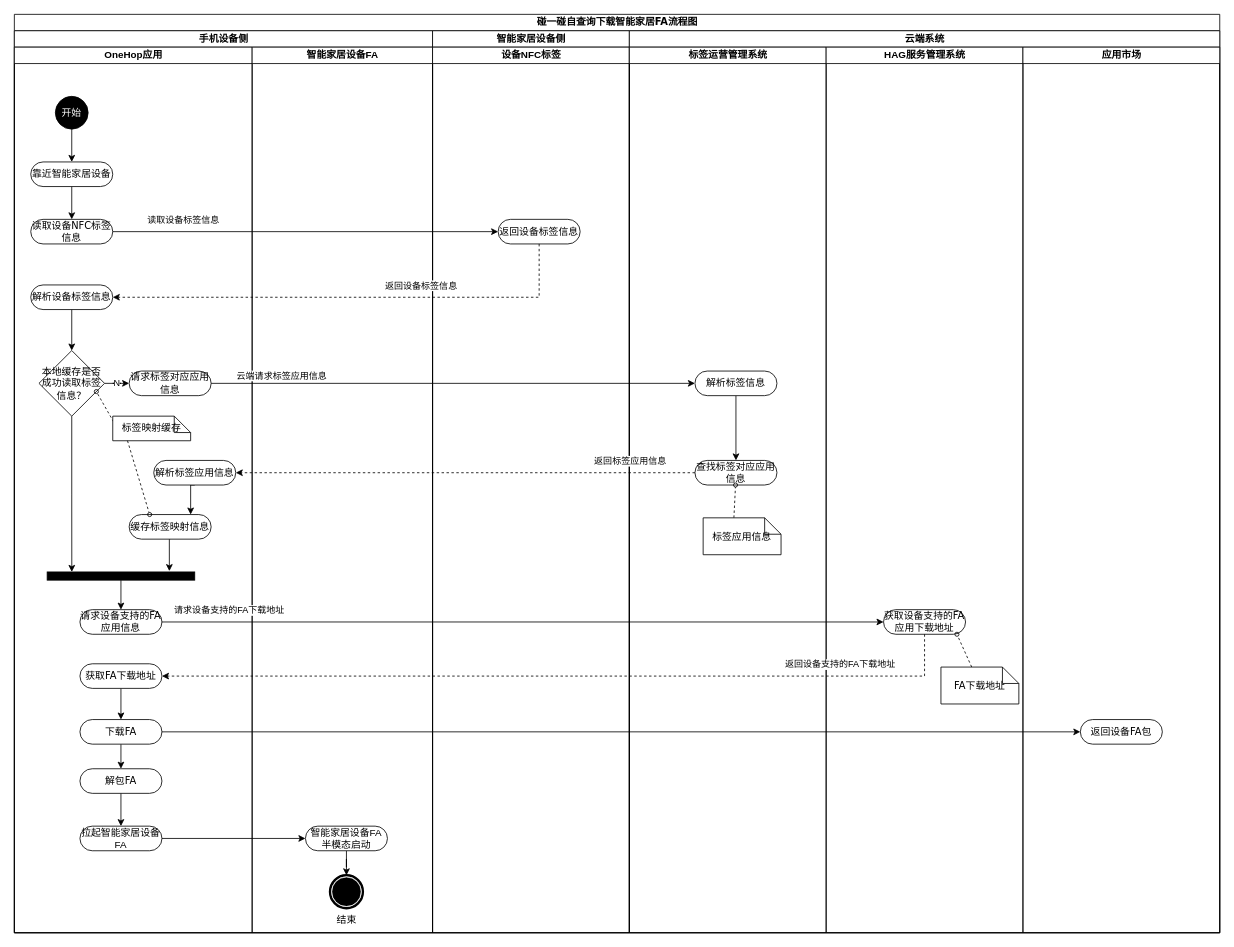
befairyliu/draw.io keeps this draw.io diagram as draw/智能家居配网碰一碰拉起FA流程.drawio. Above is the earlier version. Source tidied: cells renumbered, new cells numbered last; positions are measured from the earlier drawing's top-left corner, leaving out a move shared by most shapes. Both pictures are drawn from the tidied source at 82%, with x=0, y=0 at pixel (14, 14).
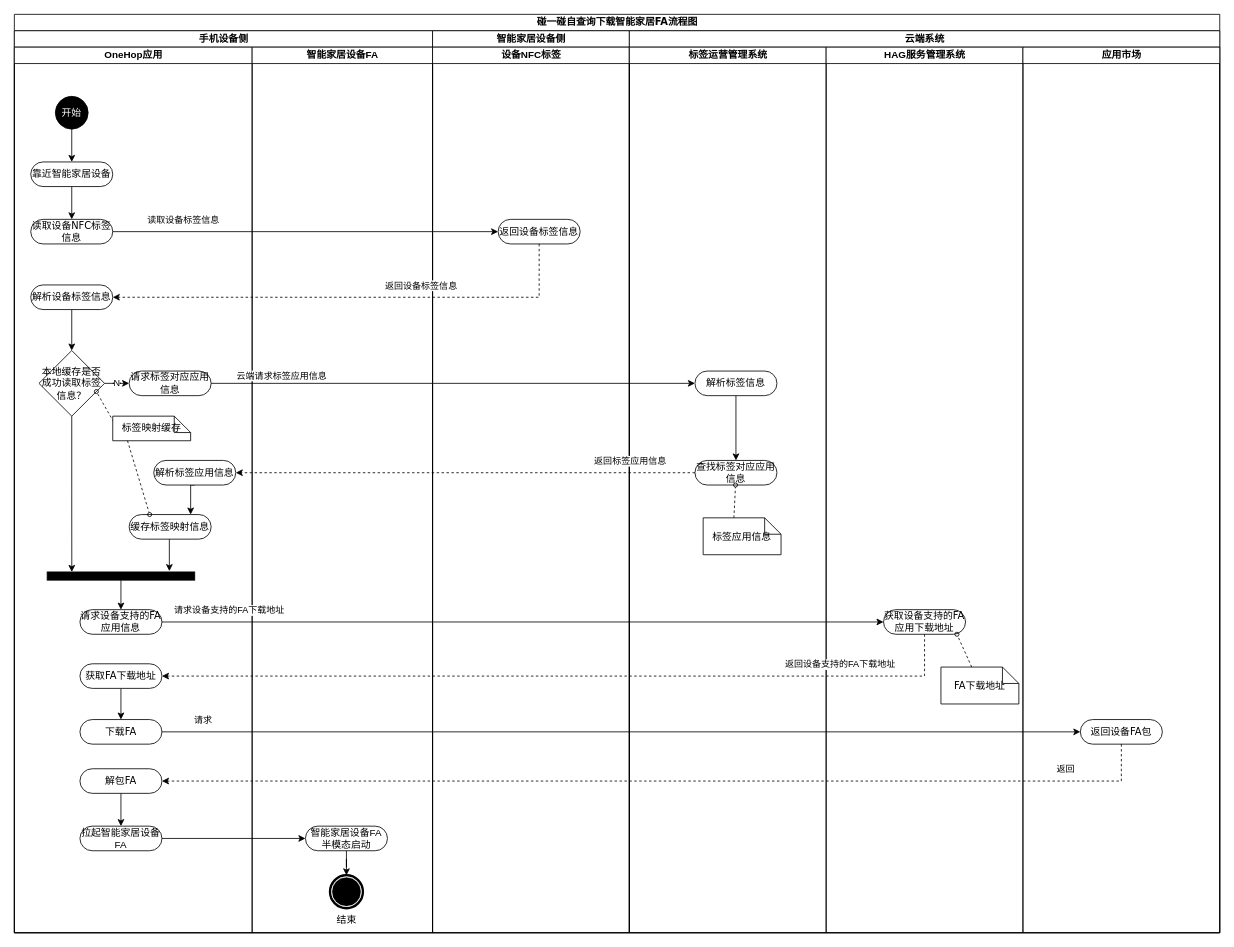
The same diagram, later.

Commit message:
Update 智能家居配网碰一碰拉起FA流程.drawio

Unchanged cells that the change refers to:
```xml
<mxCell id="2" value="碰一碰自查询下载智能家居FA流程图" style="swimlane;html=1;startSize=20;rounded=0;shadow=0;comic=0;labelBackgroundColor=none;strokeWidth=1;fontFamily=Verdana;fontSize=12;align=center;" parent="1" vertex="1">
  <mxGeometry width="1470" height="1120" as="geometry" />
</mxCell>
<mxCell id="4" value="OneHop应用" style="swimlane;html=1;startSize=20;" parent="3" vertex="1">
  <mxGeometry y="20" width="290" height="1080" as="geometry" />
</mxCell>
<mxCell id="20" value="下载FA" style="rounded=1;whiteSpace=wrap;html=1;shadow=0;comic=0;labelBackgroundColor=none;strokeWidth=1;fontFamily=Verdana;fontSize=12;align=center;arcSize=50;" parent="4" vertex="1">
  <mxGeometry x="80" y="820" width="100" height="30" as="geometry" />
</mxCell>
<mxCell id="22" value="解包FA" style="rounded=1;whiteSpace=wrap;html=1;shadow=0;comic=0;labelBackgroundColor=none;strokeWidth=1;fontFamily=Verdana;fontSize=12;align=center;arcSize=50;" parent="4" vertex="1">
  <mxGeometry x="80" y="880" width="100" height="30" as="geometry" />
</mxCell>
<mxCell id="59" value="返回设备FA包" style="rounded=1;whiteSpace=wrap;html=1;shadow=0;comic=0;labelBackgroundColor=none;strokeWidth=1;fontFamily=Verdana;fontSize=12;align=center;arcSize=50;" parent="58" vertex="1">
  <mxGeometry x="70" y="820" width="100" height="30" as="geometry" />
</mxCell>
<mxCell id="66" style="edgeStyle=orthogonalEdgeStyle;rounded=0;jettySize=auto;html=1;exitX=1;exitY=0.5;exitDx=0;exitDy=0;entryX=0;entryY=0.5;entryDx=0;entryDy=0;" parent="2" edge="1" source="20" target="59">
  <mxGeometry relative="1" as="geometry" />
</mxCell>
```

Diff of the diagram source:
```diff
@@
-    <mxCell id="19" style="edgeStyle=orthogonalEdgeStyle;rounded=0;jettySize=auto;html=1;exitX=0.5;exitY=1;exitDx=0;exitDy=0;entryX=0.5;entryY=0;entryDx=0;entryDy=0;" parent="4" edge="1" source="20" target="22">
-      <mxGeometry relative="1" as="geometry" />
-    </mxCell>
@@
+    <mxCell id="67" value="请求" style="edgeLabel;html=1;align=center;verticalAlign=middle;" parent="66" vertex="1">
+      <mxGeometry x="-0.89" relative="1" as="geometry">
+        <mxPoint x="-13" y="-15" as="offset" />
+      </mxGeometry>
+    </mxCell>
+    <mxCell id="68" style="edgeStyle=orthogonalEdgeStyle;rounded=0;jettySize=auto;html=1;exitX=0.5;exitY=1;exitDx=0;exitDy=0;entryX=1;entryY=0.5;entryDx=0;entryDy=0;dashed=1;" parent="2" edge="1" source="59" target="22">
+      <mxGeometry relative="1" as="geometry" />
+    </mxCell>
+    <mxCell id="69" value="返回" style="edgeLabel;html=1;align=center;verticalAlign=middle;" parent="68" vertex="1">
+      <mxGeometry x="-0.83" y="3" relative="1" as="geometry">
+        <mxPoint x="-11" y="-18" as="offset" />
+      </mxGeometry>
+    </mxCell>
```
